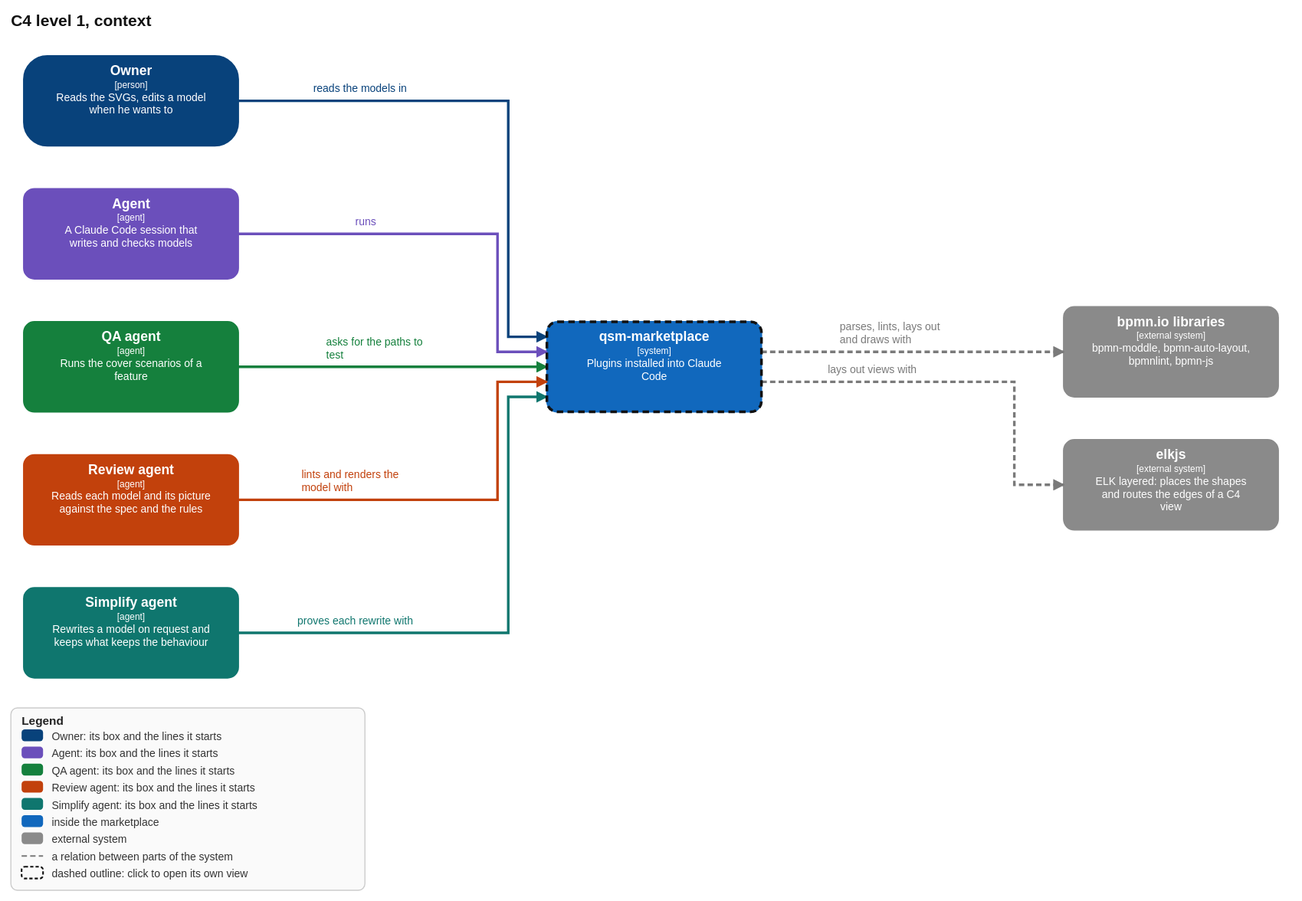
Before: openspec/changes/strict-visual-models/models/qsm-models.context.drawio.svg, a diagram exported from draw.io (qsmark-labs/qsm-marketplace). Source tidied: cells renumbered, new cells last; positions are measured from the earlier drawing's top-left corner, leaving out a move shared by most shapes.
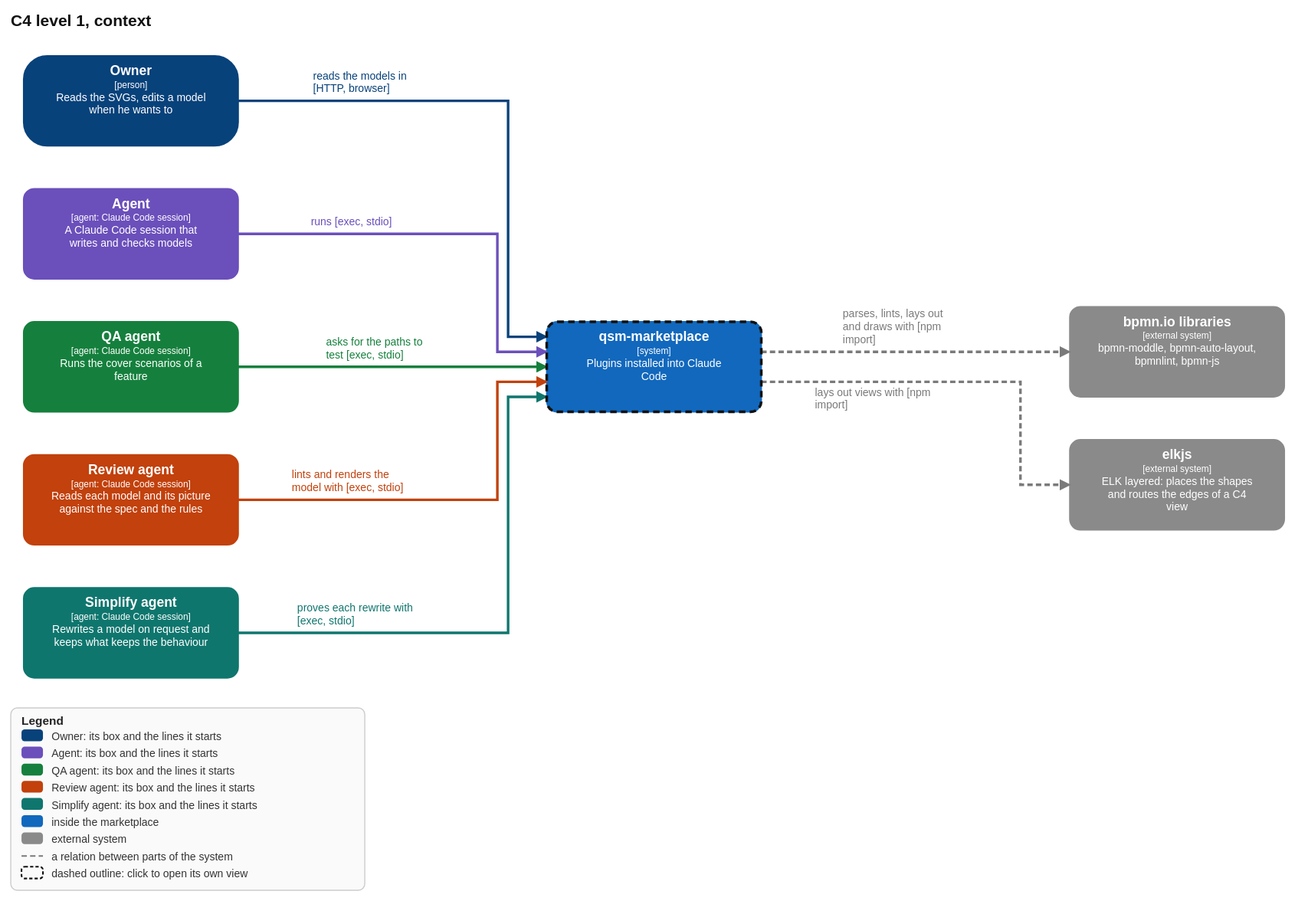
The same file after the commit.

The edit, as a diff of the source:
```diff
@@ -7,34 +7,34 @@
         <mxGeometry width="200" height="84" as="geometry" />
       </mxCell>
     </object>
-    <object id="3" label="&lt;b&gt;%c4Name%&lt;/b&gt;&lt;div&gt;[%c4Type%%c4TechnologySep%%c4Technology%]&lt;/div&gt;&lt;div style=&quot;font-size:11px&quot;&gt;%c4Description%&lt;/div&gt;" c4Colour="purple" c4Description="A Claude Code session that writes and checks models" c4Id="agent" c4Name="Agent" c4Tags="agent" c4Technology="" c4TechnologySep="" c4Type="Software System" placeholders="1">
+    <object id="3" label="&lt;b&gt;%c4Name%&lt;/b&gt;&lt;div&gt;[%c4Type%%c4TechnologySep%%c4Technology%]&lt;/div&gt;&lt;div style=&quot;font-size:11px&quot;&gt;%c4Description%&lt;/div&gt;" c4Colour="purple" c4Description="A Claude Code session that writes and checks models" c4Id="agent" c4Name="Agent" c4Tags="agent" c4Technology="Claude Code session" c4TechnologySep=": " c4Type="Software System" placeholders="1">
       <mxCell style="rounded=1;whiteSpace=wrap;html=1;arcSize=10;fillColor=#6b4fbb;strokeColor=#6b4fbb;fontColor=#ffffff;" parent="1" vertex="1">
         <mxGeometry y="124" width="200" height="84" as="geometry" />
       </mxCell>
     </object>
-    <object id="4" label="&lt;b&gt;%c4Name%&lt;/b&gt;&lt;div&gt;[%c4Type%%c4TechnologySep%%c4Technology%]&lt;/div&gt;&lt;div style=&quot;font-size:11px&quot;&gt;%c4Description%&lt;/div&gt;" c4Colour="green" c4Description="Runs the cover scenarios of a feature" c4Id="qa" c4Name="QA agent" c4Tags="agent" c4Technology="" c4TechnologySep="" c4Type="Software System" placeholders="1">
+    <object id="4" label="&lt;b&gt;%c4Name%&lt;/b&gt;&lt;div&gt;[%c4Type%%c4TechnologySep%%c4Technology%]&lt;/div&gt;&lt;div style=&quot;font-size:11px&quot;&gt;%c4Description%&lt;/div&gt;" c4Colour="green" c4Description="Runs the cover scenarios of a feature" c4Id="qa" c4Name="QA agent" c4Tags="agent" c4Technology="Claude Code session" c4TechnologySep=": " c4Type="Software System" placeholders="1">
       <mxCell style="rounded=1;whiteSpace=wrap;html=1;arcSize=10;fillColor=#15803d;strokeColor=#15803d;fontColor=#ffffff;" parent="1" vertex="1">
         <mxGeometry y="248" width="200" height="84" as="geometry" />
       </mxCell>
     </object>
-    <object id="5" label="&lt;b&gt;%c4Name%&lt;/b&gt;&lt;div&gt;[%c4Type%%c4TechnologySep%%c4Technology%]&lt;/div&gt;&lt;div style=&quot;font-size:11px&quot;&gt;%c4Description%&lt;/div&gt;" c4Colour="orange" c4Description="Reads each model and its picture against the spec and the rules" c4Id="reviewer" c4Name="Review agent" c4Tags="agent" c4Technology="" c4TechnologySep="" c4Type="Software System" placeholders="1">
+    <object id="5" label="&lt;b&gt;%c4Name%&lt;/b&gt;&lt;div&gt;[%c4Type%%c4TechnologySep%%c4Technology%]&lt;/div&gt;&lt;div style=&quot;font-size:11px&quot;&gt;%c4Description%&lt;/div&gt;" c4Colour="orange" c4Description="Reads each model and its picture against the spec and the rules" c4Id="reviewer" c4Name="Review agent" c4Tags="agent" c4Technology="Claude Code session" c4TechnologySep=": " c4Type="Software System" placeholders="1">
       <mxCell style="rounded=1;whiteSpace=wrap;html=1;arcSize=10;fillColor=#c2410c;strokeColor=#c2410c;fontColor=#ffffff;" parent="1" vertex="1">
         <mxGeometry y="372" width="200" height="84" as="geometry" />
       </mxCell>
     </object>
-    <object id="6" label="&lt;b&gt;%c4Name%&lt;/b&gt;&lt;div&gt;[%c4Type%%c4TechnologySep%%c4Technology%]&lt;/div&gt;&lt;div style=&quot;font-size:11px&quot;&gt;%c4Description%&lt;/div&gt;" c4Colour="teal" c4Description="Rewrites a model on request and keeps what keeps the behaviour" c4Id="simplifier" c4Name="Simplify agent" c4Tags="agent" c4Technology="" c4TechnologySep="" c4Type="Software System" placeholders="1">
+    <object id="6" label="&lt;b&gt;%c4Name%&lt;/b&gt;&lt;div&gt;[%c4Type%%c4TechnologySep%%c4Technology%]&lt;/div&gt;&lt;div style=&quot;font-size:11px&quot;&gt;%c4Description%&lt;/div&gt;" c4Colour="teal" c4Description="Rewrites a model on request and keeps what keeps the behaviour" c4Id="simplifier" c4Name="Simplify agent" c4Tags="agent" c4Technology="Claude Code session" c4TechnologySep=": " c4Type="Software System" placeholders="1">
       <mxCell style="rounded=1;whiteSpace=wrap;html=1;arcSize=10;fillColor=#0f766e;strokeColor=#0f766e;fontColor=#ffffff;" parent="1" vertex="1">
         <mxGeometry y="496" width="200" height="84" as="geometry" />
       </mxCell>
     </object>
     <object id="7" label="&lt;b&gt;%c4Name%&lt;/b&gt;&lt;div&gt;[%c4Type%%c4TechnologySep%%c4Technology%]&lt;/div&gt;&lt;div style=&quot;font-size:11px&quot;&gt;%c4Description%&lt;/div&gt;" c4Description="ELK layered: places the shapes and routes the edges of a C4 view" c4Id="elk" c4Name="elkjs" c4Tags="external" c4Technology="" c4TechnologySep="" c4Type="Software System" placeholders="1">
       <mxCell style="rounded=1;whiteSpace=wrap;html=1;arcSize=10;fillColor=#8a8a8a;strokeColor=#8a8a8a;fontColor=#ffffff;" parent="1" vertex="1">
-        <mxGeometry x="969.3" y="358" width="200" height="84" as="geometry" />
+        <mxGeometry x="975.2" y="358" width="200" height="84" as="geometry" />
       </mxCell>
     </object>
     <object id="8" label="&lt;b&gt;%c4Name%&lt;/b&gt;&lt;div&gt;[%c4Type%%c4TechnologySep%%c4Technology%]&lt;/div&gt;&lt;div style=&quot;font-size:11px&quot;&gt;%c4Description%&lt;/div&gt;" c4Description="bpmn-moddle, bpmn-auto-layout, bpmnlint, bpmn-js" c4Id="bpmnio" c4Name="bpmn.io libraries" c4Tags="external" c4Technology="" c4TechnologySep="" c4Type="Software System" placeholders="1">
       <mxCell style="rounded=1;whiteSpace=wrap;html=1;arcSize=10;fillColor=#8a8a8a;strokeColor=#8a8a8a;fontColor=#ffffff;" parent="1" vertex="1">
-        <mxGeometry x="969.3" y="234" width="200" height="84" as="geometry" />
+        <mxGeometry x="975.2" y="234" width="200" height="84" as="geometry" />
       </mxCell>
     </object>
     <object id="9" label="&lt;b&gt;%c4Name%&lt;/b&gt;&lt;div&gt;[%c4Type%%c4TechnologySep%%c4Technology%]&lt;/div&gt;&lt;div style=&quot;font-size:11px&quot;&gt;%c4Description%&lt;/div&gt;" c4Description="Plugins installed into Claude Code" c4Id="mp" c4Name="qsm-marketplace" c4Tags="" c4Technology="" c4TechnologySep="" c4Type="Software System" placeholders="1">
@@ -42,7 +42,7 @@
         <mxGeometry x="487.6" y="248" width="200" height="84" as="geometry" />
       </mxCell>
     </object>
-    <object id="10" label="%c4Description%" c4Description="runs" c4Type="Relationship" placeholders="1">
+    <object id="10" label="%c4Description%" c4Description="runs [exec, stdio]" c4Type="Relationship" placeholders="1">
       <mxCell style="edgeStyle=orthogonalEdgeStyle;rounded=1;endArrow=blockThin;endFill=1;html=1;fontSize=10;strokeColor=#6b4fbb;fontColor=#6b4fbb;strokeWidth=2.4;" parent="1" edge="1" source="3" target="9">
         <mxGeometry relative="1" as="geometry">
           <Array as="points">
@@ -52,12 +52,12 @@
         </mxGeometry>
       </mxCell>
     </object>
-    <object id="11" label="%c4Description%" c4Description="asks for the paths to test" c4Type="Relationship" placeholders="1">
+    <object id="11" label="%c4Description%" c4Description="asks for the paths to test [exec, stdio]" c4Type="Relationship" placeholders="1">
       <mxCell style="edgeStyle=orthogonalEdgeStyle;rounded=1;endArrow=blockThin;endFill=1;html=1;fontSize=10;strokeColor=#15803d;fontColor=#15803d;strokeWidth=2.4;" parent="1" edge="1" source="4" target="9">
         <mxGeometry relative="1" as="geometry" />
       </mxCell>
     </object>
-    <object id="12" label="%c4Description%" c4Description="lints and renders the model with" c4Type="Relationship" placeholders="1">
+    <object id="12" label="%c4Description%" c4Description="lints and renders the model with [exec, stdio]" c4Type="Relationship" placeholders="1">
       <mxCell style="edgeStyle=orthogonalEdgeStyle;rounded=1;endArrow=blockThin;endFill=1;html=1;fontSize=10;strokeColor=#c2410c;fontColor=#c2410c;strokeWidth=2.4;" parent="1" edge="1" source="5" target="9">
         <mxGeometry relative="1" as="geometry">
           <Array as="points">
@@ -67,7 +67,7 @@
         </mxGeometry>
       </mxCell>
     </object>
-    <object id="13" label="%c4Description%" c4Description="proves each rewrite with" c4Type="Relationship" placeholders="1">
+    <object id="13" label="%c4Description%" c4Description="proves each rewrite with [exec, stdio]" c4Type="Relationship" placeholders="1">
       <mxCell style="edgeStyle=orthogonalEdgeStyle;rounded=1;endArrow=blockThin;endFill=1;html=1;fontSize=10;strokeColor=#0f766e;fontColor=#0f766e;strokeWidth=2.4;" parent="1" edge="1" source="6" target="9">
         <mxGeometry relative="1" as="geometry">
           <Array as="points">
@@ -77,7 +77,7 @@
         </mxGeometry>
       </mxCell>
     </object>
-    <object id="14" label="%c4Description%" c4Description="reads the models in" c4Type="Relationship" placeholders="1">
+    <object id="14" label="%c4Description%" c4Description="reads the models in [HTTP, browser]" c4Type="Relationship" placeholders="1">
       <mxCell style="edgeStyle=orthogonalEdgeStyle;rounded=1;endArrow=blockThin;endFill=1;html=1;fontSize=10;strokeColor=#08427b;fontColor=#08427b;strokeWidth=2.4;" parent="1" edge="1" source="2" target="9">
         <mxGeometry relative="1" as="geometry">
           <Array as="points">
@@ -87,17 +87,17 @@
         </mxGeometry>
       </mxCell>
     </object>
-    <object id="15" label="%c4Description%" c4Description="parses, lints, lays out and draws with" c4Type="Relationship" placeholders="1">
+    <object id="15" label="%c4Description%" c4Description="parses, lints, lays out and draws with [npm import]" c4Type="Relationship" placeholders="1">
       <mxCell style="edgeStyle=orthogonalEdgeStyle;rounded=1;endArrow=blockThin;endFill=1;html=1;fontSize=10;strokeColor=#7a7a7a;fontColor=#7a7a7a;strokeWidth=2.4;dashed=1;" parent="1" edge="1" source="9" target="8">
         <mxGeometry relative="1" as="geometry" />
       </mxCell>
     </object>
-    <object id="16" label="%c4Description%" c4Description="lays out views with" c4Type="Relationship" placeholders="1">
+    <object id="16" label="%c4Description%" c4Description="lays out views with [npm import]" c4Type="Relationship" placeholders="1">
       <mxCell style="edgeStyle=orthogonalEdgeStyle;rounded=1;endArrow=blockThin;endFill=1;html=1;fontSize=10;strokeColor=#7a7a7a;fontColor=#7a7a7a;strokeWidth=2.4;dashed=1;" parent="1" edge="1" source="9" target="7">
         <mxGeometry relative="1" as="geometry">
           <Array as="points">
-            <mxPoint x="923.3" y="304" />
-            <mxPoint x="923.3" y="400" />
+            <mxPoint x="929.2" y="304" />
+            <mxPoint x="929.2" y="400" />
           </Array>
         </mxGeometry>
       </mxCell>
```
